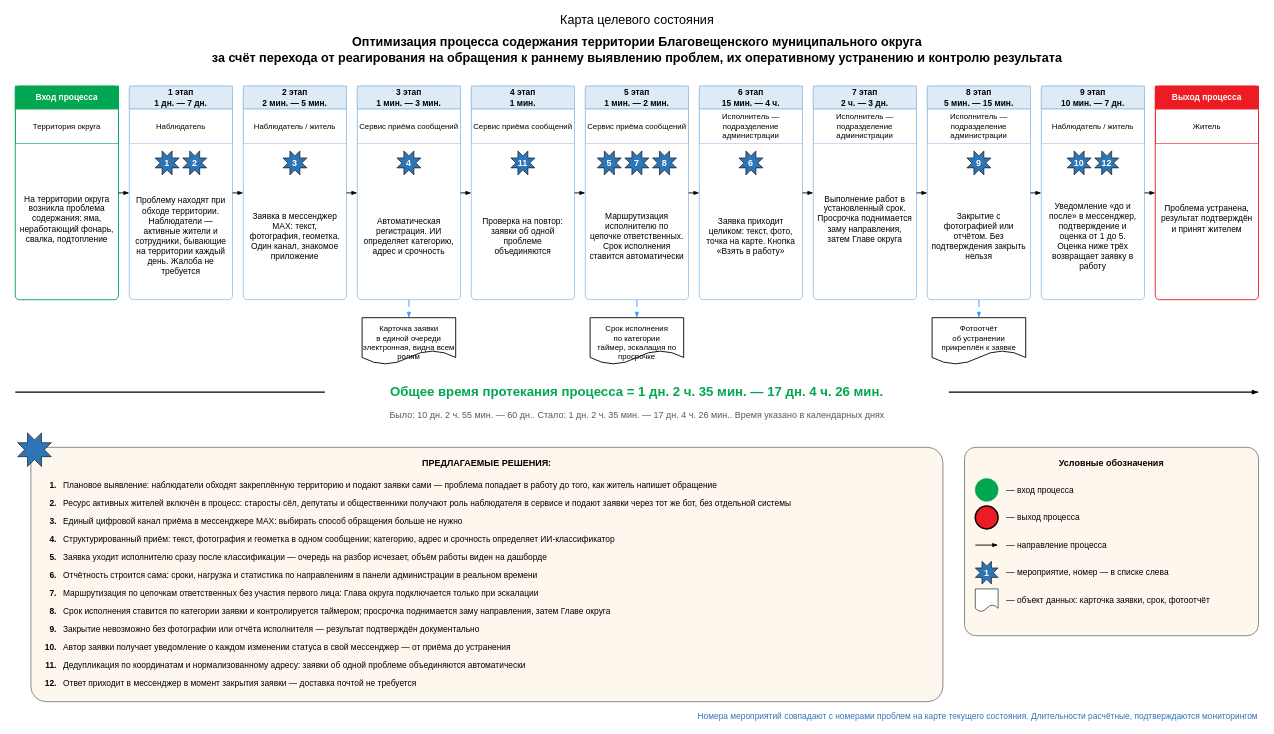
Earlier version of the draw.io diagram файлы/karta-celevogo.drawio (NiceGenn/Team-28-progress). Source tidied: cells renumbered, new cells numbered last; positions are measured from the earlier drawing's top-left corner, leaving out a move shared by most shapes. Both pictures are drawn from the tidied source at 60%, with x=0, y=0 at pixel (15, 10).
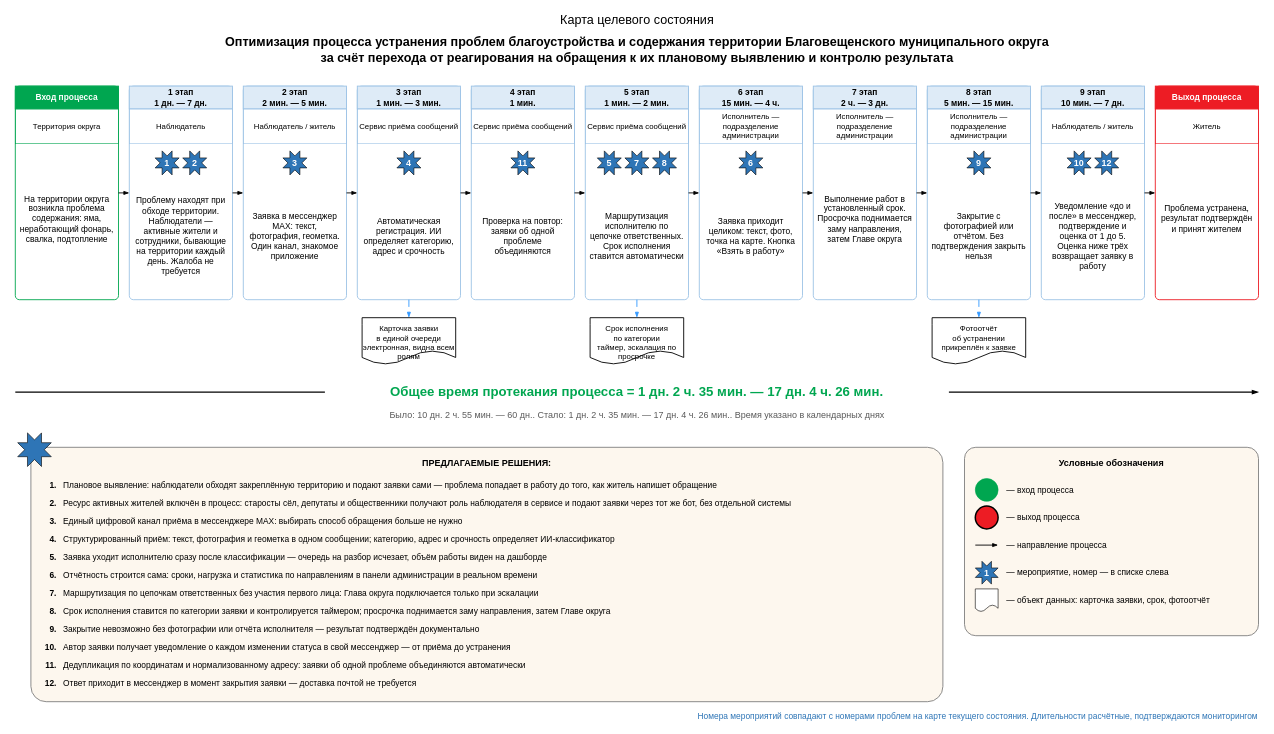
After the change.

Change to the diagram source:
```diff
@@
-    <mxCell id="75" value="Оптимизация процесса содержания территории Благовещенского муниципального округа&lt;br&gt;за счёт перехода от реагирования на обращения к раннему выявлению проблем, их оперативному устранению и контролю результата" style="text;html=1;align=center;verticalAlign=middle;fontSize=21;fontStyle=1;" parent="1" vertex="1">
+    <mxCell id="75" value="Оптимизация процесса устранения проблем благоустройства и содержания территории Благовещенского муниципального округа&lt;br&gt;за счёт перехода от реагирования на обращения к их плановому выявлению и контролю результата" style="text;html=1;align=center;verticalAlign=middle;fontSize=21;fontStyle=1;" parent="1" vertex="1">
       <mxGeometry y="34" width="2072" height="62" as="geometry" />
     </mxCell>
```
